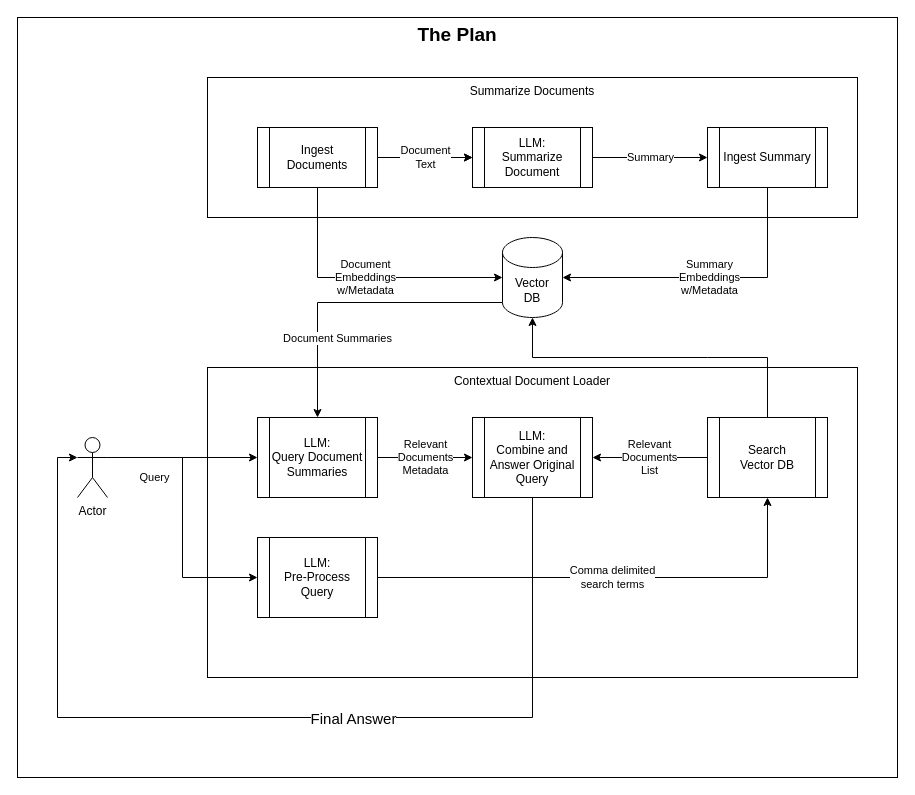
Earlier version of the draw.io diagram diagrams/docktalk.drawio (aronweiler/DocTalk). Source tidied: cells renumbered, new cells numbered last; positions are measured from the earlier drawing's top-left corner, leaving out a move shared by most shapes. Both pictures are drawn from the tidied source at 100%, with x=0, y=0 at pixel (17, 17).
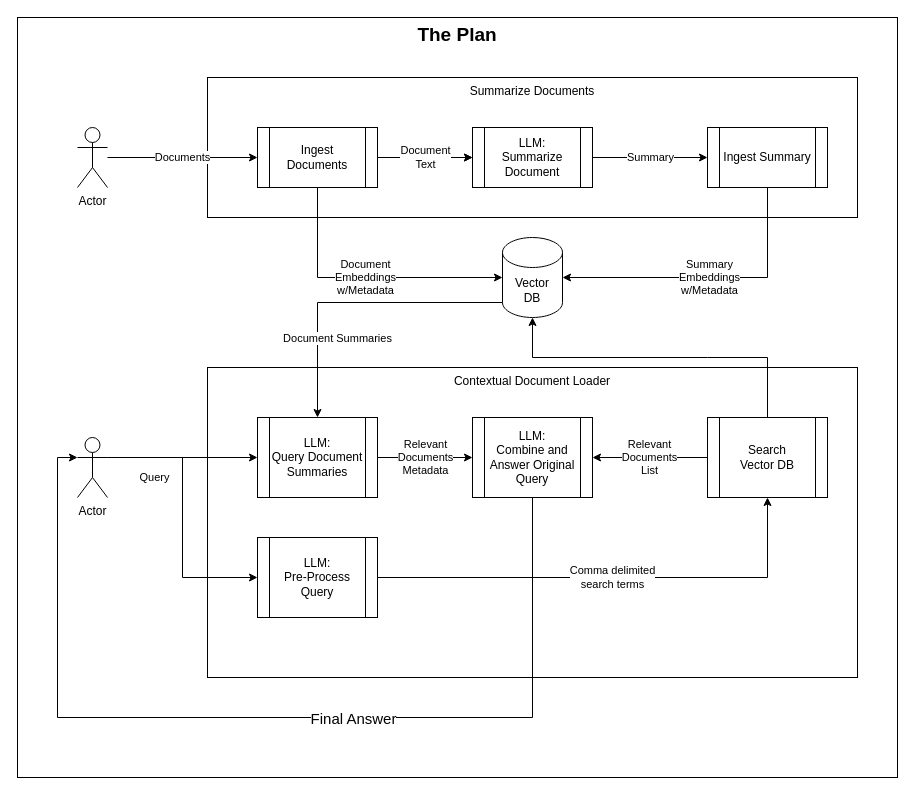
The same page after the edit.

The change refers to these unchanged cells:
```xml
<mxCell id="8" value="Ingest Documents" style="shape=process;whiteSpace=wrap;html=1;backgroundOutline=1;" parent="1" vertex="1">
  <mxGeometry x="240" y="110" width="120" height="60" as="geometry" />
</mxCell>
```

Change to the diagram source:
```diff
@@
+    <mxCell id="29" value="Documents" style="edgeStyle=orthogonalEdgeStyle;rounded=0;jettySize=auto;html=1;entryX=0;entryY=0.5;entryDx=0;entryDy=0;" parent="1" edge="1" source="30" target="8">
+      <mxGeometry relative="1" as="geometry" />
+    </mxCell>
+    <mxCell id="30" value="Actor" style="shape=umlActor;verticalLabelPosition=bottom;verticalAlign=top;html=1;outlineConnect=0;" parent="1" vertex="1">
+      <mxGeometry x="60" y="110" width="30" height="60" as="geometry" />
+    </mxCell>
```
